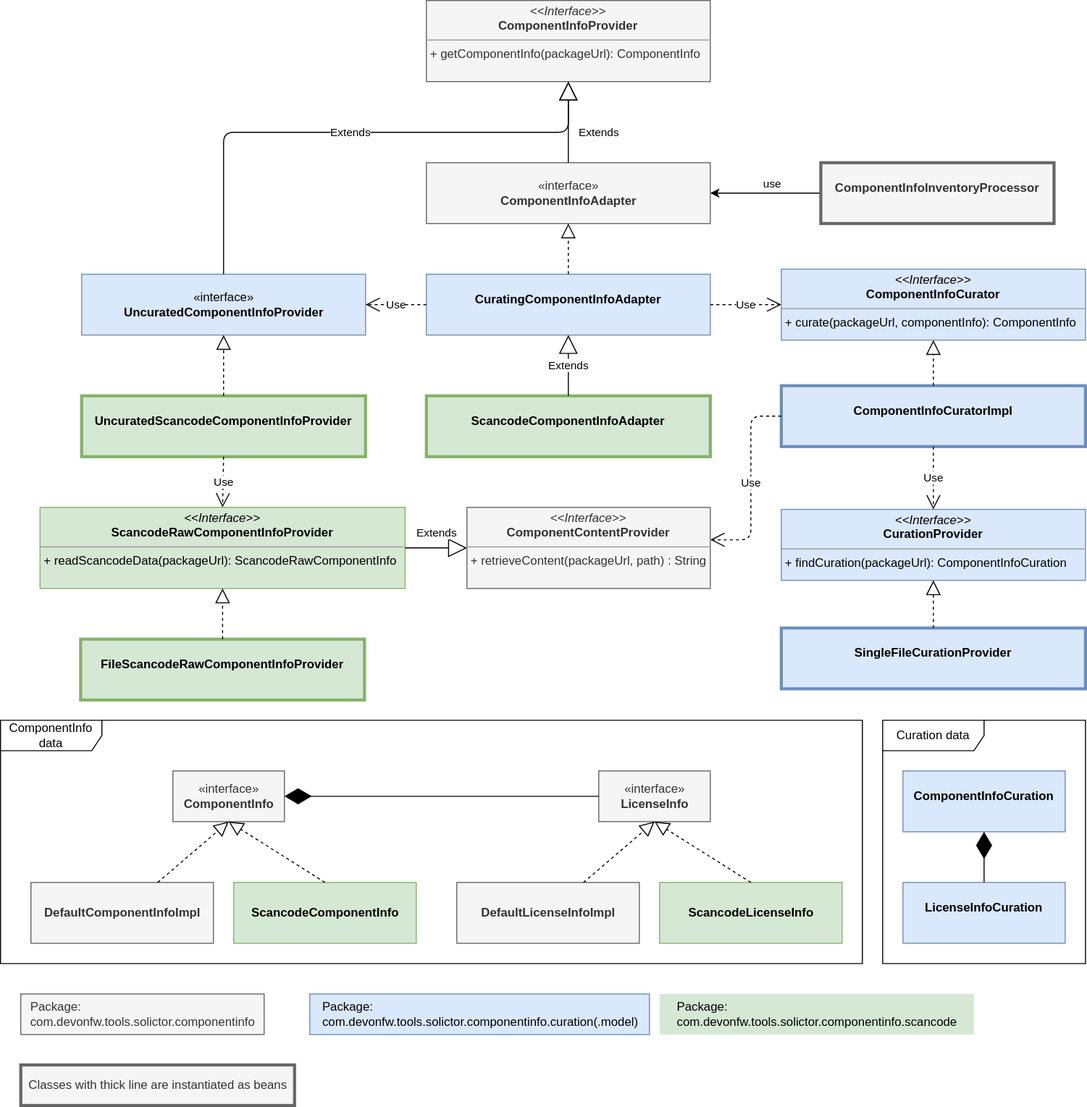
Earlier version of the draw.io export core/src/main/java/com/devonfw/tools/solicitor/componentinfo/doc-files/componentinfo_classes.drawio.svg (devonfw/solicitor). Source tidied: cells renumbered, new cells last; positions are measured from the earlier drawing's top-left corner, leaving out a move shared by most shapes.
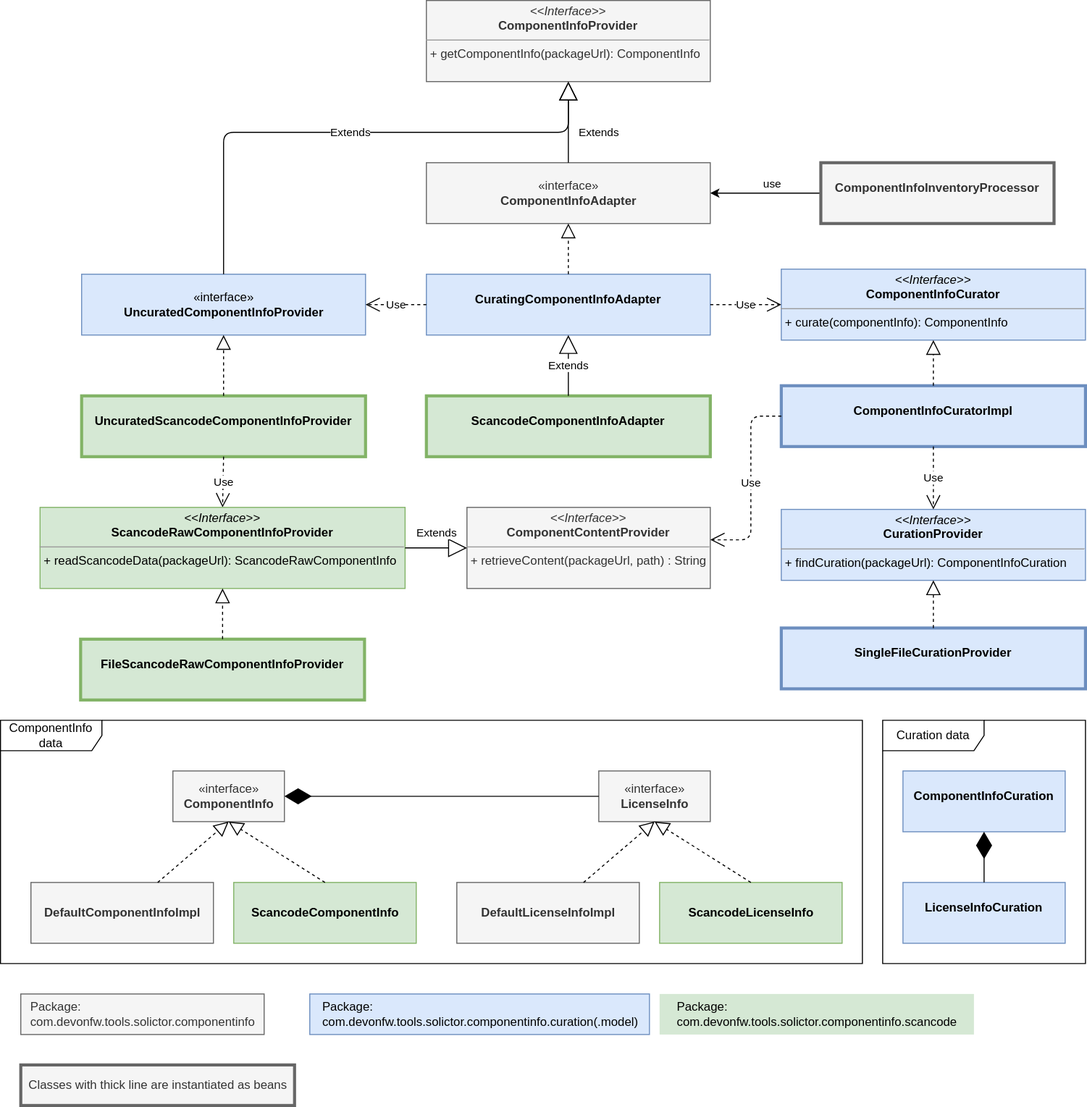
The same file after the commit.

Commit message:
Added property packageUrl to ComponentInfo

What changed in the source:
```diff
@@ -64,7 +64,7 @@
     <mxCell id="19" style="endArrow=block;dashed=1;endFill=0;endSize=12;html=1;exitX=0.5;exitY=0;exitDx=0;exitDy=0;entryX=0.5;entryY=1;entryDx=0;entryDy=0;" parent="1" edge="1" source="18" target="11">
       <mxGeometry relative="1" as="geometry" />
     </mxCell>
-    <mxCell id="20" value="&lt;p style=&quot;margin: 0px ; margin-top: 4px ; text-align: center&quot;&gt;&lt;i&gt;&amp;lt;&amp;lt;Interface&amp;gt;&amp;gt;&lt;/i&gt;&lt;br&gt;&lt;b&gt;ComponentInfoCurator&lt;/b&gt;&lt;/p&gt;&lt;hr size=&quot;1&quot;&gt;&lt;p style=&quot;margin: 0px ; margin-left: 4px&quot;&gt;+ curate(packageUrl, componentInfo): ComponentInfo&lt;br&gt;&lt;/p&gt;" style="verticalAlign=top;align=left;overflow=fill;fontSize=12;fontFamily=Helvetica;html=1;fillColor=#dae8fc;strokeColor=#6c8ebf;" parent="1" vertex="1">
+    <mxCell id="20" value="&lt;p style=&quot;margin: 0px ; margin-top: 4px ; text-align: center&quot;&gt;&lt;i&gt;&amp;lt;&amp;lt;Interface&amp;gt;&amp;gt;&lt;/i&gt;&lt;br&gt;&lt;b&gt;ComponentInfoCurator&lt;/b&gt;&lt;/p&gt;&lt;hr size=&quot;1&quot;&gt;&lt;p style=&quot;margin: 0px ; margin-left: 4px&quot;&gt;+ curate(componentInfo): ComponentInfo&lt;br&gt;&lt;/p&gt;" style="verticalAlign=top;align=left;overflow=fill;fontSize=12;fontFamily=Helvetica;html=1;fillColor=#dae8fc;strokeColor=#6c8ebf;" parent="1" vertex="1">
       <mxGeometry x="770" y="265" width="300" height="70" as="geometry" />
     </mxCell>
     <mxCell id="21" value="Use" style="endArrow=open;endSize=12;dashed=1;html=1;exitX=1;exitY=0.5;exitDx=0;exitDy=0;entryX=0;entryY=0.5;entryDx=0;entryDy=0;" parent="1" edge="1" source="18" target="20">
```
